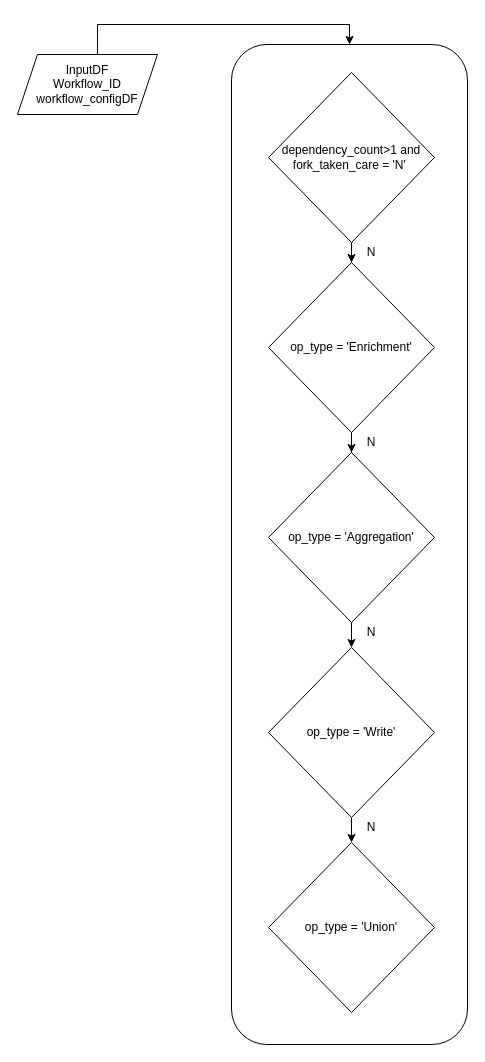
Earlier version of the draw.io diagram generic_processing_workflow.drawio (praneethsai83/literate-adventure). Source tidied: cells renumbered, new cells numbered last; positions are measured from the earlier drawing's top-left corner, leaving out a move shared by most shapes. Both pictures are drawn from the tidied source at 100%, with x=0, y=0 at pixel (17, 24).
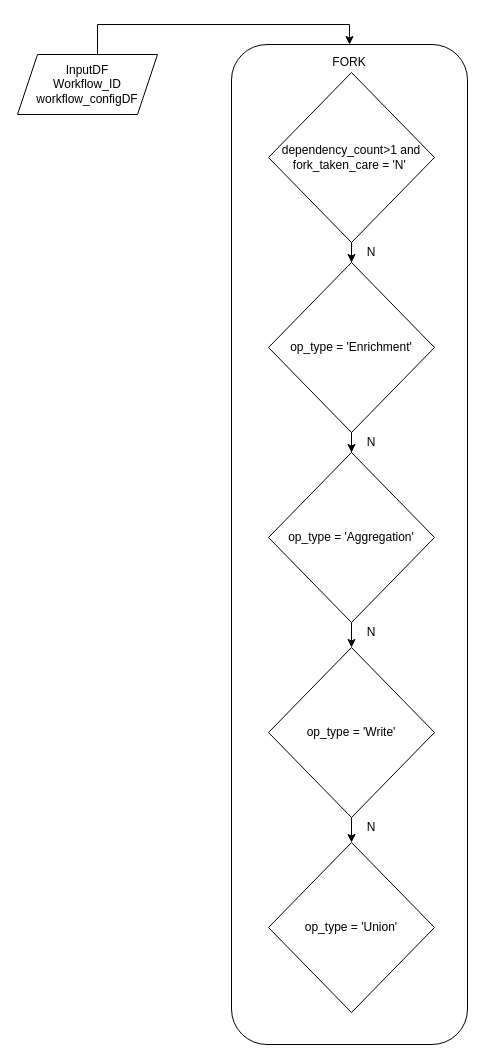
The same page after the edit.

The edit, as a diff of the source:
```diff
@@
+    <mxCell id="18" value="FORK" style="text;html=1;strokeColor=none;fillColor=none;align=center;verticalAlign=middle;whiteSpace=wrap;rounded=0;" parent="1" vertex="1">
+      <mxGeometry x="312" y="28" width="40" height="20" as="geometry" />
+    </mxCell>
```
